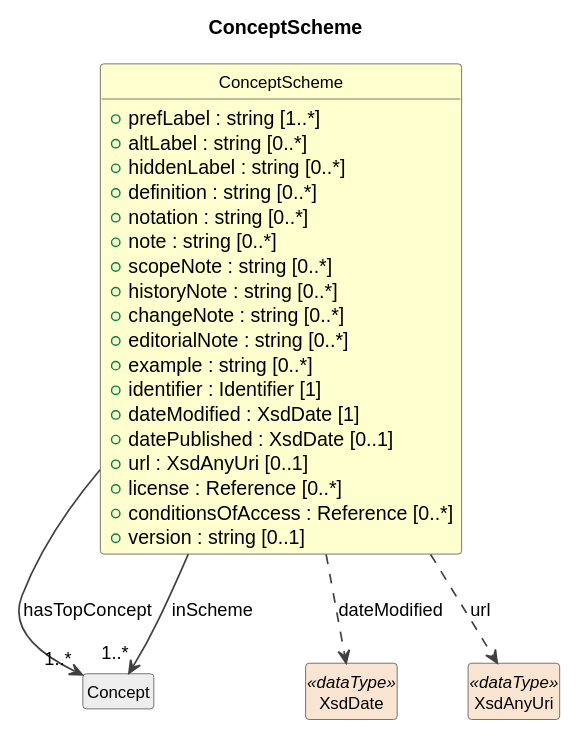
Cross-Domain-Interoperability-Framework/metadataBuildingBlocks keeps this PlantUML diagram as cdif-uml-model/_plantuml/cdifCodelist/Classes/ConceptScheme.svg. Above is the earlier version.
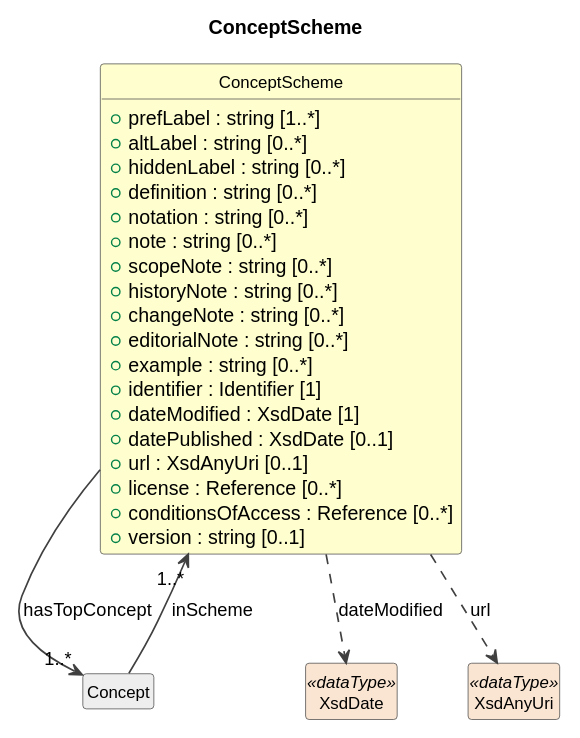
After the commit.

What changed in the source:
```diff
@@ -32,7 +32,7 @@
 }
 class "Concept" as Concept #EEEEEE
 ConceptScheme --> "1..*" Concept : hasTopConcept
-Concept "1..*" <-- ConceptScheme : inScheme
+Concept --> "1..*" ConceptScheme : inScheme
 class "XsdDate" as XsdDate <<dataType>> #FAE5D3
 ConceptScheme ..> XsdDate : dateModified
 class "XsdAnyUri" as XsdAnyUri <<dataType>> #FAE5D3
```
